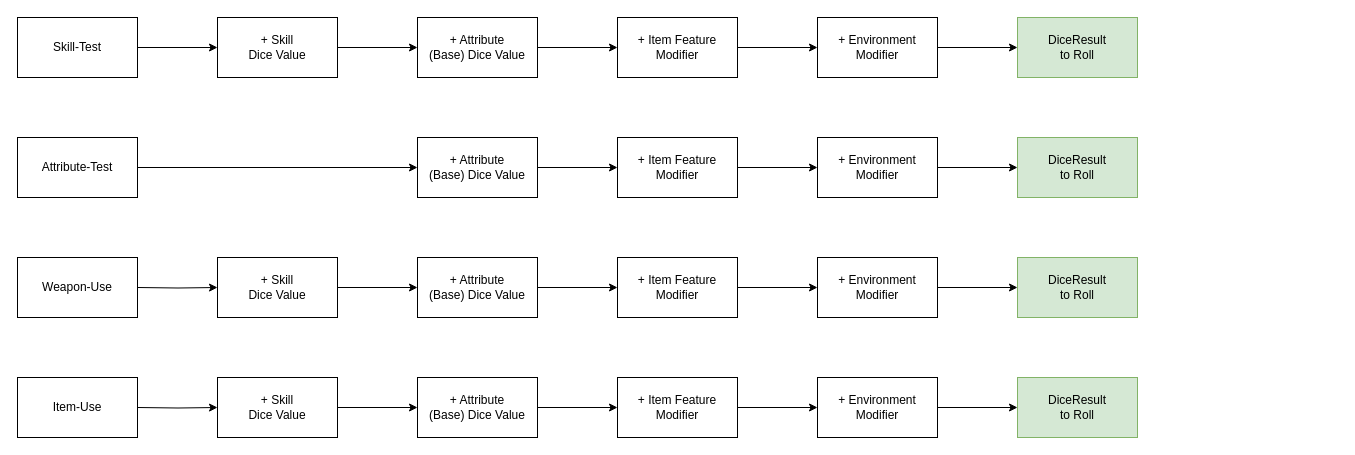
The draw.io diagram page "Rollings" (5 of 6) of docs/coriolisRules/CharacterClass.drawio in LoSmith/CoriolisCharakterManager, before the edit. Source tidied: cells renumbered, new cells numbered last; positions are measured from the earlier drawing's top-left corner, leaving out a move shared by most shapes. Both pictures are drawn from the tidied source at 100%, with x=0, y=0 at pixel (17, 17).
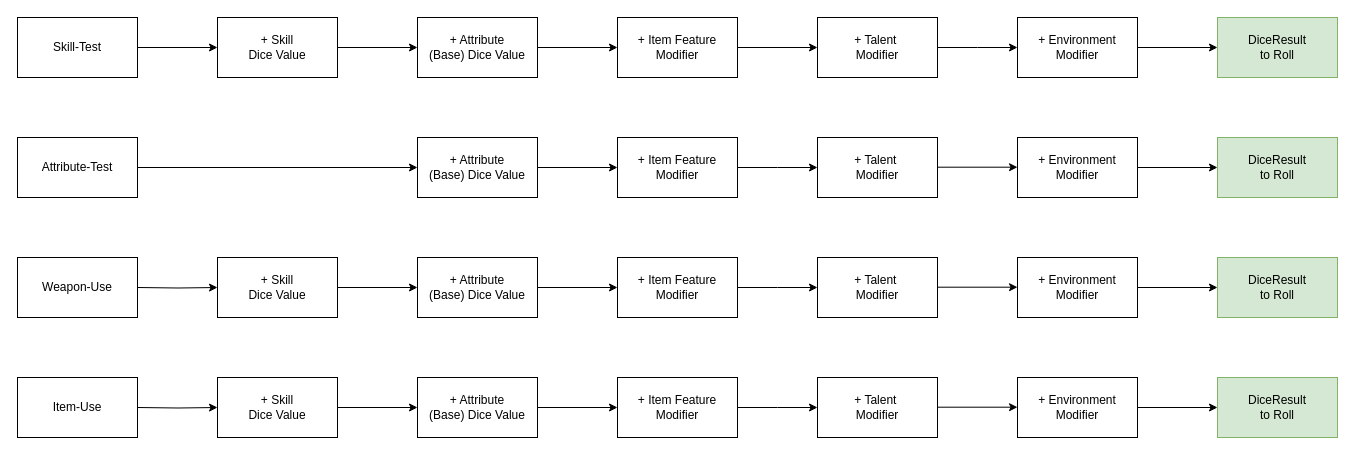
After the change.

The change refers to these unchanged cells:
```xml
<mxCell id="9" value="+ Item Feature&lt;br&gt;Modifier" style="rounded=0;whiteSpace=wrap;html=1;" parent="1" vertex="1">
  <mxGeometry x="600" width="120" height="60" as="geometry" />
</mxCell>
<mxCell id="19" value="+ Item Feature&lt;br&gt;Modifier" style="rounded=0;whiteSpace=wrap;html=1;" parent="1" vertex="1">
  <mxGeometry x="600" y="120" width="120" height="60" as="geometry" />
</mxCell>
<mxCell id="29" value="+ Item Feature&lt;br&gt;Modifier" style="rounded=0;whiteSpace=wrap;html=1;" parent="1" vertex="1">
  <mxGeometry x="600" y="240" width="120" height="60" as="geometry" />
</mxCell>
<mxCell id="40" value="+ Item Feature&lt;br&gt;Modifier" style="rounded=0;whiteSpace=wrap;html=1;" parent="1" vertex="1">
  <mxGeometry x="600" y="360" width="120" height="60" as="geometry" />
</mxCell>
```

Diff of the diagram source:
```diff
@@
-    <mxCell id="8" style="edgeStyle=orthogonalEdgeStyle;rounded=0;jettySize=auto;html=1;" parent="1" edge="1" source="9" target="11">
-      <mxGeometry relative="1" as="geometry" />
-    </mxCell>
+    <mxCell id="44" style="edgeStyle=orthogonalEdgeStyle;rounded=0;jettySize=auto;html=1;" parent="1" edge="1" source="9" target="46">
+      <mxGeometry relative="1" as="geometry" />
+    </mxCell>
@@
-    <mxCell id="10" style="edgeStyle=orthogonalEdgeStyle;rounded=0;jettySize=auto;html=1;" parent="1" edge="1" source="11" target="12">
-      <mxGeometry relative="1" as="geometry" />
-    </mxCell>
-    <mxCell id="11" value="+ Environment&lt;br&gt;Modifier" style="rounded=0;whiteSpace=wrap;html=1;" parent="1" vertex="1">
-      <mxGeometry x="800" width="120" height="60" as="geometry" />
-    </mxCell>
-    <mxCell id="12" value="DiceResult&lt;br&gt;to Roll" style="rounded=0;whiteSpace=wrap;html=1;fillColor=#d5e8d4;strokeColor=#82b366;" parent="1" vertex="1">
-      <mxGeometry x="1000" width="120" height="60" as="geometry" />
-    </mxCell>
+    <mxCell id="45" style="edgeStyle=orthogonalEdgeStyle;rounded=0;jettySize=auto;html=1;" parent="1" edge="1" source="46">
+      <mxGeometry relative="1" as="geometry">
+        <mxPoint x="1000" y="30" as="targetPoint" />
+      </mxGeometry>
+    </mxCell>
+    <mxCell id="46" value="+ Talent&amp;nbsp;&lt;br&gt;Modifier" style="rounded=0;whiteSpace=wrap;html=1;" parent="1" vertex="1">
+      <mxGeometry x="800" width="120" height="60" as="geometry" />
+    </mxCell>
@@
-    <mxCell id="18" style="edgeStyle=orthogonalEdgeStyle;rounded=0;jettySize=auto;html=1;" parent="1" edge="1" source="19" target="21">
-      <mxGeometry relative="1" as="geometry" />
+    <mxCell id="18" style="edgeStyle=orthogonalEdgeStyle;rounded=0;jettySize=auto;html=1;" parent="1" edge="1" source="19">
+      <mxGeometry relative="1" as="geometry">
+        <mxPoint x="800" y="150" as="targetPoint" />
+      </mxGeometry>
     </mxCell>
@@
-    <mxCell id="20" style="edgeStyle=orthogonalEdgeStyle;rounded=0;jettySize=auto;html=1;" parent="1" edge="1" source="21" target="22">
-      <mxGeometry relative="1" as="geometry" />
-    </mxCell>
-    <mxCell id="21" value="+ Environment&lt;br&gt;Modifier" style="rounded=0;whiteSpace=wrap;html=1;" parent="1" vertex="1">
-      <mxGeometry x="800" y="120" width="120" height="60" as="geometry" />
-    </mxCell>
-    <mxCell id="22" value="DiceResult&lt;br&gt;to Roll" style="rounded=0;whiteSpace=wrap;html=1;fillColor=#d5e8d4;strokeColor=#82b366;" parent="1" vertex="1">
-      <mxGeometry x="1000" y="120" width="120" height="60" as="geometry" />
-    </mxCell>
@@
-    <mxCell id="28" style="edgeStyle=orthogonalEdgeStyle;rounded=0;jettySize=auto;html=1;" parent="1" edge="1" source="29" target="31">
-      <mxGeometry relative="1" as="geometry" />
+    <mxCell id="28" style="edgeStyle=orthogonalEdgeStyle;rounded=0;jettySize=auto;html=1;" parent="1" edge="1" source="29">
+      <mxGeometry relative="1" as="geometry">
+        <mxPoint x="800" y="270" as="targetPoint" />
+      </mxGeometry>
     </mxCell>
@@
-    <mxCell id="30" style="edgeStyle=orthogonalEdgeStyle;rounded=0;jettySize=auto;html=1;" parent="1" edge="1" source="31" target="32">
-      <mxGeometry relative="1" as="geometry" />
-    </mxCell>
-    <mxCell id="31" value="+ Environment&lt;br&gt;Modifier" style="rounded=0;whiteSpace=wrap;html=1;" parent="1" vertex="1">
-      <mxGeometry x="800" y="240" width="120" height="60" as="geometry" />
-    </mxCell>
-    <mxCell id="32" value="DiceResult&lt;br&gt;to Roll" style="rounded=0;whiteSpace=wrap;html=1;fillColor=#d5e8d4;strokeColor=#82b366;" parent="1" vertex="1">
-      <mxGeometry x="1000" y="240" width="120" height="60" as="geometry" />
-    </mxCell>
@@
-    <mxCell id="39" style="edgeStyle=orthogonalEdgeStyle;rounded=0;jettySize=auto;html=1;" parent="1" edge="1" source="40" target="42">
-      <mxGeometry relative="1" as="geometry" />
+    <mxCell id="39" style="edgeStyle=orthogonalEdgeStyle;rounded=0;jettySize=auto;html=1;" parent="1" edge="1" source="40">
+      <mxGeometry relative="1" as="geometry">
+        <mxPoint x="800" y="390" as="targetPoint" />
+      </mxGeometry>
     </mxCell>
@@
-    <mxCell id="41" style="edgeStyle=orthogonalEdgeStyle;rounded=0;jettySize=auto;html=1;" parent="1" edge="1" source="42" target="43">
-      <mxGeometry relative="1" as="geometry" />
-    </mxCell>
-    <mxCell id="42" value="+ Environment&lt;br&gt;Modifier" style="rounded=0;whiteSpace=wrap;html=1;" parent="1" vertex="1">
-      <mxGeometry x="800" y="360" width="120" height="60" as="geometry" />
-    </mxCell>
-    <mxCell id="43" value="DiceResult&lt;br&gt;to Roll" style="rounded=0;whiteSpace=wrap;html=1;fillColor=#d5e8d4;strokeColor=#82b366;" parent="1" vertex="1">
-      <mxGeometry x="1000" y="360" width="120" height="60" as="geometry" />
-    </mxCell>
+    <mxCell id="47" style="edgeStyle=orthogonalEdgeStyle;rounded=0;jettySize=auto;html=1;" parent="1" edge="1" source="48" target="49">
+      <mxGeometry relative="1" as="geometry" />
+    </mxCell>
+    <mxCell id="48" value="+ Environment&lt;br&gt;Modifier" style="rounded=0;whiteSpace=wrap;html=1;" parent="1" vertex="1">
+      <mxGeometry x="1000" width="120" height="60" as="geometry" />
+    </mxCell>
+    <mxCell id="49" value="DiceResult&lt;br&gt;to Roll" style="rounded=0;whiteSpace=wrap;html=1;fillColor=#d5e8d4;strokeColor=#82b366;" parent="1" vertex="1">
+      <mxGeometry x="1200" width="120" height="60" as="geometry" />
+    </mxCell>
+    <mxCell id="50" style="edgeStyle=orthogonalEdgeStyle;rounded=0;jettySize=auto;html=1;" parent="1" edge="1" source="51" target="52">
+      <mxGeometry relative="1" as="geometry" />
+    </mxCell>
+    <mxCell id="51" value="+ Environment&lt;br&gt;Modifier" style="rounded=0;whiteSpace=wrap;html=1;" parent="1" vertex="1">
+      <mxGeometry x="1000" y="120" width="120" height="60" as="geometry" />
+    </mxCell>
+    <mxCell id="52" value="DiceResult&lt;br&gt;to Roll" style="rounded=0;whiteSpace=wrap;html=1;fillColor=#d5e8d4;strokeColor=#82b366;" parent="1" vertex="1">
+      <mxGeometry x="1200" y="120" width="120" height="60" as="geometry" />
+    </mxCell>
+    <mxCell id="53" style="edgeStyle=orthogonalEdgeStyle;rounded=0;jettySize=auto;html=1;" parent="1" edge="1" source="54" target="55">
+      <mxGeometry relative="1" as="geometry" />
+    </mxCell>
+    <mxCell id="54" value="+ Environment&lt;br&gt;Modifier" style="rounded=0;whiteSpace=wrap;html=1;" parent="1" vertex="1">
+      <mxGeometry x="1000" y="240" width="120" height="60" as="geometry" />
+    </mxCell>
+    <mxCell id="55" value="DiceResult&lt;br&gt;to Roll" style="rounded=0;whiteSpace=wrap;html=1;fillColor=#d5e8d4;strokeColor=#82b366;" parent="1" vertex="1">
+      <mxGeometry x="1200" y="240" width="120" height="60" as="geometry" />
+    </mxCell>
+    <mxCell id="56" style="edgeStyle=orthogonalEdgeStyle;rounded=0;jettySize=auto;html=1;" parent="1" edge="1" source="57" target="58">
+      <mxGeometry relative="1" as="geometry" />
+    </mxCell>
+    <mxCell id="57" value="+ Environment&lt;br&gt;Modifier" style="rounded=0;whiteSpace=wrap;html=1;" parent="1" vertex="1">
+      <mxGeometry x="1000" y="360" width="120" height="60" as="geometry" />
+    </mxCell>
+    <mxCell id="58" value="DiceResult&lt;br&gt;to Roll" style="rounded=0;whiteSpace=wrap;html=1;fillColor=#d5e8d4;strokeColor=#82b366;" parent="1" vertex="1">
+      <mxGeometry x="1200" y="360" width="120" height="60" as="geometry" />
+    </mxCell>
+    <mxCell id="59" value="+ Talent&amp;nbsp;&lt;br&gt;Modifier" style="rounded=0;whiteSpace=wrap;html=1;" parent="1" vertex="1">
+      <mxGeometry x="800" y="120" width="120" height="60" as="geometry" />
+    </mxCell>
+    <mxCell id="60" value="+ Talent&amp;nbsp;&lt;br&gt;Modifier" style="rounded=0;whiteSpace=wrap;html=1;" parent="1" vertex="1">
+      <mxGeometry x="800" y="240" width="120" height="60" as="geometry" />
+    </mxCell>
+    <mxCell id="61" value="+ Talent&amp;nbsp;&lt;br&gt;Modifier" style="rounded=0;whiteSpace=wrap;html=1;" parent="1" vertex="1">
+      <mxGeometry x="800" y="360" width="120" height="60" as="geometry" />
+    </mxCell>
+    <mxCell id="62" style="edgeStyle=orthogonalEdgeStyle;rounded=0;orthogonalLoop=1;jettySize=auto;html=1;" parent="1" edge="1">
+      <mxGeometry relative="1" as="geometry">
+        <mxPoint x="920" y="149.7" as="sourcePoint" />
+        <mxPoint x="1000" y="149.7" as="targetPoint" />
+      </mxGeometry>
+    </mxCell>
+    <mxCell id="63" style="edgeStyle=orthogonalEdgeStyle;rounded=0;orthogonalLoop=1;jettySize=auto;html=1;" parent="1" edge="1">
+      <mxGeometry relative="1" as="geometry">
+        <mxPoint x="920" y="269.7" as="sourcePoint" />
+        <mxPoint x="1000" y="269.7" as="targetPoint" />
+      </mxGeometry>
+    </mxCell>
+    <mxCell id="64" style="edgeStyle=orthogonalEdgeStyle;rounded=0;orthogonalLoop=1;jettySize=auto;html=1;" parent="1" edge="1">
+      <mxGeometry relative="1" as="geometry">
+        <mxPoint x="920" y="389.7" as="sourcePoint" />
+        <mxPoint x="1000" y="389.7" as="targetPoint" />
+      </mxGeometry>
+    </mxCell>
```
